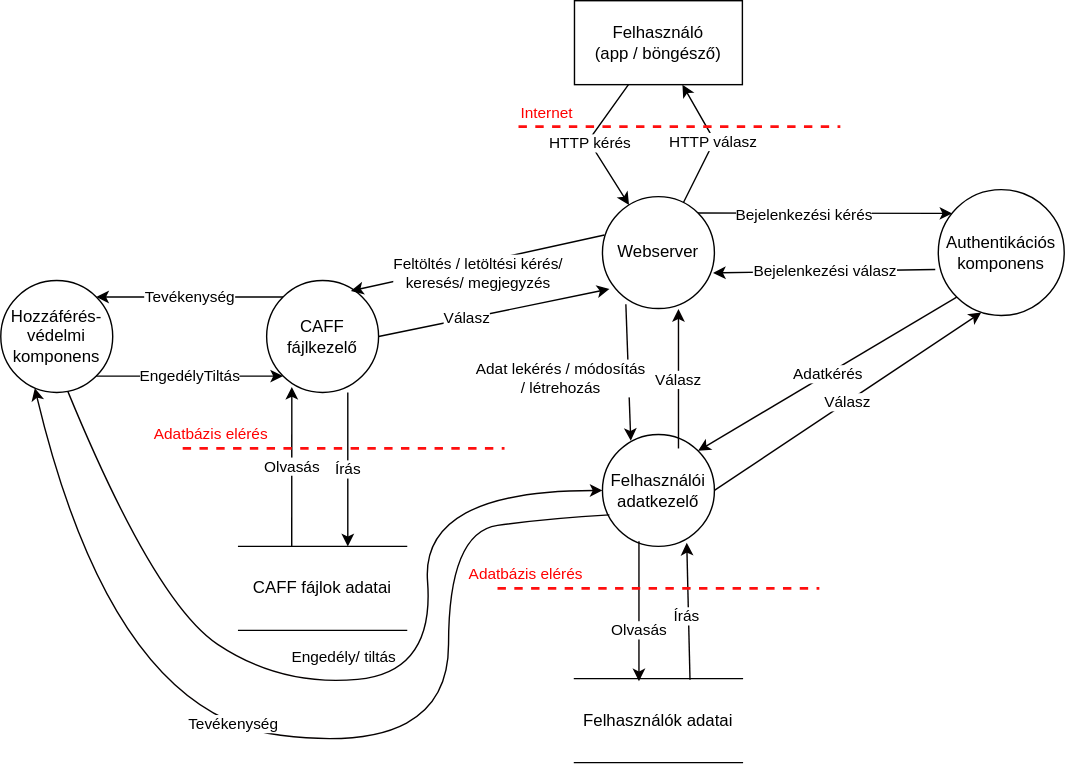
Above: Pictures/Data_flow_chart.svg in Fylota/hagyma_crysys (draw.io), before the change. Source tidied: cells renumbered, new cells last; positions are measured from the earlier drawing's top-left corner, leaving out a move shared by most shapes. The source it was exported from:
```xml
<mxGraphModel>
  <root>
    <mxCell id="0" />
    <mxCell id="1" parent="0" />
    <mxCell id="2" value="Webserver" style="ellipse;whiteSpace=wrap;html=1;fillColor=none;" parent="1" vertex="1">
      <mxGeometry x="430" y="140" width="80" height="80" as="geometry" />
    </mxCell>
    <mxCell id="3" value="Felhasználó&lt;br&gt;(app / böngésző)" style="rounded=0;whiteSpace=wrap;html=1;fillColor=none;" parent="1" vertex="1">
      <mxGeometry x="410" width="120" height="60" as="geometry" />
    </mxCell>
    <mxCell id="4" value="HTTP kérés" style="endArrow=classic;html=1;rounded=0;" parent="1" edge="1" source="3" target="2">
      <mxGeometry relative="1" as="geometry">
        <Array as="points">
          <mxPoint x="420" y="100" />
        </Array>
      </mxGeometry>
    </mxCell>
    <mxCell id="5" value="HTTP válasz" style="endArrow=classic;html=1;rounded=0;" parent="1" edge="1" source="2" target="3">
      <mxGeometry relative="1" as="geometry">
        <Array as="points">
          <mxPoint x="510" y="100" />
        </Array>
      </mxGeometry>
    </mxCell>
    <mxCell id="6" value="Authentikációs komponens" style="ellipse;whiteSpace=wrap;html=1;fillColor=none;" parent="1" vertex="1">
      <mxGeometry x="670" y="135" width="90" height="90" as="geometry" />
    </mxCell>
    <mxCell id="7" style="endArrow=classic;html=1;rounded=0;exitX=1;exitY=0;exitDx=0;exitDy=0;" parent="1" edge="1" source="2">
      <mxGeometry relative="1" as="geometry">
        <mxPoint x="680" y="152" as="targetPoint" />
      </mxGeometry>
    </mxCell>
    <mxCell id="8" value="Bejelenkezési kérés" style="edgeLabel;html=1;align=center;verticalAlign=middle;" parent="7" vertex="1">
      <mxGeometry x="-0.35" y="-1" relative="1" as="geometry">
        <mxPoint x="15" as="offset" />
      </mxGeometry>
    </mxCell>
    <mxCell id="9" value="Bejelenkezési válasz" style="endArrow=classic;html=1;rounded=0;exitX=-0.024;exitY=0.635;exitDx=0;exitDy=0;entryX=0.988;entryY=0.682;entryDx=0;entryDy=0;exitPerimeter=0;entryPerimeter=0;" parent="1" edge="1" source="6" target="2">
      <mxGeometry relative="1" as="geometry" />
    </mxCell>
    <mxCell id="10" value="CAFF fájlkezelő" style="ellipse;whiteSpace=wrap;html=1;fillColor=none;" parent="1" vertex="1">
      <mxGeometry x="190" y="200" width="80" height="80" as="geometry" />
    </mxCell>
    <mxCell id="11" style="endArrow=classic;html=1;rounded=0;entryX=0.753;entryY=0.093;entryDx=0;entryDy=0;exitX=0.018;exitY=0.343;exitDx=0;exitDy=0;exitPerimeter=0;entryPerimeter=0;" parent="1" edge="1" source="2" target="10">
      <mxGeometry relative="1" as="geometry" />
    </mxCell>
    <mxCell id="12" value="Feltöltés / letöltési kérés/ &lt;br&gt;keresés/ megjegyzés" style="edgeLabel;html=1;align=center;verticalAlign=middle;" parent="11" vertex="1">
      <mxGeometry x="0.34" relative="1" as="geometry">
        <mxPoint x="31" as="offset" />
      </mxGeometry>
    </mxCell>
    <mxCell id="13" style="endArrow=classic;html=1;rounded=0;exitX=1;exitY=0.5;exitDx=0;exitDy=0;entryX=0.063;entryY=0.825;entryDx=0;entryDy=0;entryPerimeter=0;" parent="1" edge="1" source="10" target="2">
      <mxGeometry relative="1" as="geometry" />
    </mxCell>
    <mxCell id="14" value="Válasz" style="edgeLabel;html=1;align=center;verticalAlign=middle;" parent="13" vertex="1">
      <mxGeometry x="-0.24" y="1" relative="1" as="geometry" />
    </mxCell>
    <mxCell id="15" value="Írás" style="endArrow=classic;html=1;rounded=0;exitX=0.725;exitY=1;exitDx=0;exitDy=0;exitPerimeter=0;" parent="1" edge="1" source="10">
      <mxGeometry relative="1" as="geometry">
        <mxPoint x="248" y="390" as="targetPoint" />
      </mxGeometry>
    </mxCell>
    <mxCell id="16" value="Olvasás" style="endArrow=classic;html=1;rounded=0;entryX=0.225;entryY=0.95;entryDx=0;entryDy=0;entryPerimeter=0;exitX=0.316;exitY=-0.003;exitDx=0;exitDy=0;exitPerimeter=0;" parent="1" edge="1" source="28" target="10">
      <mxGeometry relative="1" as="geometry" />
    </mxCell>
    <mxCell id="17" value="Hozzáférés-védelmi komponens" style="ellipse;whiteSpace=wrap;html=1;fillColor=none;" parent="1" vertex="1">
      <mxGeometry y="200" width="80" height="80" as="geometry" />
    </mxCell>
    <mxCell id="18" value="Tevékenység" style="endArrow=classic;html=1;rounded=0;exitX=0;exitY=0;exitDx=0;exitDy=0;entryX=1;entryY=0;entryDx=0;entryDy=0;" parent="1" edge="1" source="10" target="17">
      <mxGeometry relative="1" as="geometry" />
    </mxCell>
    <mxCell id="19" value="EngedélyTiltás" style="endArrow=classic;html=1;rounded=0;exitX=1;exitY=1;exitDx=0;exitDy=0;entryX=0;entryY=1;entryDx=0;entryDy=0;" parent="1" edge="1" source="17" target="10">
      <mxGeometry relative="1" as="geometry" />
    </mxCell>
    <mxCell id="20" value="&lt;font color=&quot;#ff0000&quot;&gt;Internet&lt;/font&gt;" style="endArrow=none;dashed=1;html=1;strokeWidth=2;rounded=0;strokeColor=#FF0F0F;" parent="1" edge="1">
      <mxGeometry x="-0.83" y="10" relative="1" as="geometry">
        <mxPoint x="370" y="90" as="sourcePoint" />
        <mxPoint x="600" y="90" as="targetPoint" />
        <Array as="points">
          <mxPoint x="470" y="90" />
        </Array>
      </mxGeometry>
    </mxCell>
    <mxCell id="21" value="&lt;font color=&quot;#000000&quot;&gt;Felhasználói adatkezelő&lt;/font&gt;" style="ellipse;whiteSpace=wrap;html=1;fontColor=#FF0000;fillColor=none;" parent="1" vertex="1">
      <mxGeometry x="430" y="310" width="80" height="80" as="geometry" />
    </mxCell>
    <mxCell id="22" value="Adatkérés" style="endArrow=classic;html=1;rounded=0;strokeColor=#050000;fontColor=#000000;entryX=1;entryY=0;entryDx=0;entryDy=0;exitX=0;exitY=1;exitDx=0;exitDy=0;" parent="1" edge="1" source="6" target="21">
      <mxGeometry relative="1" as="geometry" />
    </mxCell>
    <mxCell id="23" value="Válasz" style="endArrow=classic;html=1;rounded=0;strokeColor=#050000;fontColor=#000000;exitX=1;exitY=0.5;exitDx=0;exitDy=0;entryX=0.342;entryY=0.975;entryDx=0;entryDy=0;entryPerimeter=0;" parent="1" edge="1" source="21" target="6">
      <mxGeometry relative="1" as="geometry" />
    </mxCell>
    <mxCell id="24" value="Válasz" style="endArrow=classic;html=1;rounded=0;strokeColor=#050000;fontColor=#000000;entryX=0.679;entryY=1.005;entryDx=0;entryDy=0;entryPerimeter=0;exitX=0.679;exitY=0.125;exitDx=0;exitDy=0;exitPerimeter=0;" parent="1" edge="1" source="21" target="2">
      <mxGeometry relative="1" as="geometry" />
    </mxCell>
    <mxCell id="25" value="Adat lekérés / módosítás &lt;br&gt;/ létrehozás" style="endArrow=classic;html=1;rounded=0;strokeColor=#050000;fontColor=#000000;exitX=0.209;exitY=0.961;exitDx=0;exitDy=0;exitPerimeter=0;entryX=0.253;entryY=0.057;entryDx=0;entryDy=0;entryPerimeter=0;" parent="1" edge="1" source="2" target="21">
      <mxGeometry x="0.05" y="-49" relative="1" as="geometry" />
    </mxCell>
    <mxCell id="26" value="Olvasás" style="endArrow=classic;html=1;rounded=0;strokeColor=#050000;fontColor=#000000;exitX=0.326;exitY=0.954;exitDx=0;exitDy=0;exitPerimeter=0;entryX=0.384;entryY=0.031;entryDx=0;entryDy=0;entryPerimeter=0;" parent="1" edge="1" source="21" target="29">
      <mxGeometry x="0.27" relative="1" as="geometry" />
    </mxCell>
    <mxCell id="27" value="Írás" style="endArrow=classic;html=1;rounded=0;strokeColor=#050000;fontColor=#000000;entryX=0.753;entryY=0.968;entryDx=0;entryDy=0;entryPerimeter=0;exitX=0.688;exitY=0.012;exitDx=0;exitDy=0;exitPerimeter=0;" parent="1" edge="1" source="29" target="21">
      <mxGeometry x="-0.07" y="1" relative="1" as="geometry">
        <mxPoint y="-1" as="offset" />
      </mxGeometry>
    </mxCell>
    <mxCell id="28" value="CAFF fájlok adatai" style="rounded=0;whiteSpace=wrap;html=1;strokeColor=default;strokeWidth=1;fontColor=#000000;fillColor=none;shape=partialRectangle;left=0;right=0;" parent="1" vertex="1">
      <mxGeometry x="170" y="390" width="120" height="60" as="geometry" />
    </mxCell>
    <mxCell id="29" value="Felhasználók adatai" style="rounded=0;whiteSpace=wrap;html=1;strokeColor=default;strokeWidth=1;fontColor=#000000;fillColor=none;shape=partialRectangle;left=0;right=0;" parent="1" vertex="1">
      <mxGeometry x="410" y="484.5" width="120" height="60" as="geometry" />
    </mxCell>
    <mxCell id="30" value="&lt;font color=&quot;#ff0000&quot;&gt;Adatbázis elérés&lt;/font&gt;" style="endArrow=none;dashed=1;html=1;strokeWidth=2;rounded=0;strokeColor=#FF0F0F;" parent="1" edge="1">
      <mxGeometry x="-0.83" y="10" relative="1" as="geometry">
        <mxPoint x="355" y="420" as="sourcePoint" />
        <mxPoint x="585" y="420" as="targetPoint" />
        <Array as="points">
          <mxPoint x="455" y="420" />
        </Array>
      </mxGeometry>
    </mxCell>
    <mxCell id="31" value="&lt;font color=&quot;#ff0000&quot;&gt;Adatbázis elérés&lt;/font&gt;" style="endArrow=none;dashed=1;html=1;strokeWidth=2;rounded=0;strokeColor=#FF0F0F;" parent="1" edge="1">
      <mxGeometry x="-0.83" y="10" relative="1" as="geometry">
        <mxPoint x="130" y="320" as="sourcePoint" />
        <mxPoint x="360" y="320" as="targetPoint" />
        <Array as="points">
          <mxPoint x="230" y="320" />
        </Array>
      </mxGeometry>
    </mxCell>
    <mxCell id="32" value="Engedély/ tiltás" style="curved=1;endArrow=classic;html=1;rounded=0;strokeColor=#050000;fontColor=#000000;exitX=0.599;exitY=0.99;exitDx=0;exitDy=0;exitPerimeter=0;" parent="1" edge="1" source="17" target="21">
      <mxGeometry x="-0.01" y="17" relative="1" as="geometry">
        <Array as="points">
          <mxPoint x="110" y="430" />
          <mxPoint x="200" y="490" />
          <mxPoint x="310" y="480" />
          <mxPoint x="300" y="350" />
        </Array>
      </mxGeometry>
    </mxCell>
    <mxCell id="33" style="curved=1;endArrow=classic;html=1;rounded=0;strokeColor=#050000;fontColor=#000000;entryX=0.304;entryY=0.961;entryDx=0;entryDy=0;entryPerimeter=0;exitX=0.062;exitY=0.718;exitDx=0;exitDy=0;exitPerimeter=0;" parent="1" edge="1" source="21" target="17">
      <mxGeometry relative="1" as="geometry">
        <Array as="points">
          <mxPoint x="390" y="370" />
          <mxPoint x="320" y="380" />
          <mxPoint x="320" y="540" />
          <mxPoint x="80" y="510" />
        </Array>
      </mxGeometry>
    </mxCell>
    <mxCell id="34" value="Tevékenység" style="edgeLabel;html=1;align=center;verticalAlign=middle;fontColor=#000000;" parent="33" vertex="1">
      <mxGeometry x="0.14" y="-4" relative="1" as="geometry" />
    </mxCell>
    <mxCell id="35" style="edgeStyle=orthogonalEdgeStyle;rounded=0;orthogonalLoop=1;jettySize=auto;html=1;exitX=0.5;exitY=1;exitDx=0;exitDy=0;strokeColor=#050000;fontColor=#000000;" parent="1" edge="1" source="28" target="28">
      <mxGeometry relative="1" as="geometry" />
    </mxCell>
  </root>
</mxGraphModel>
```
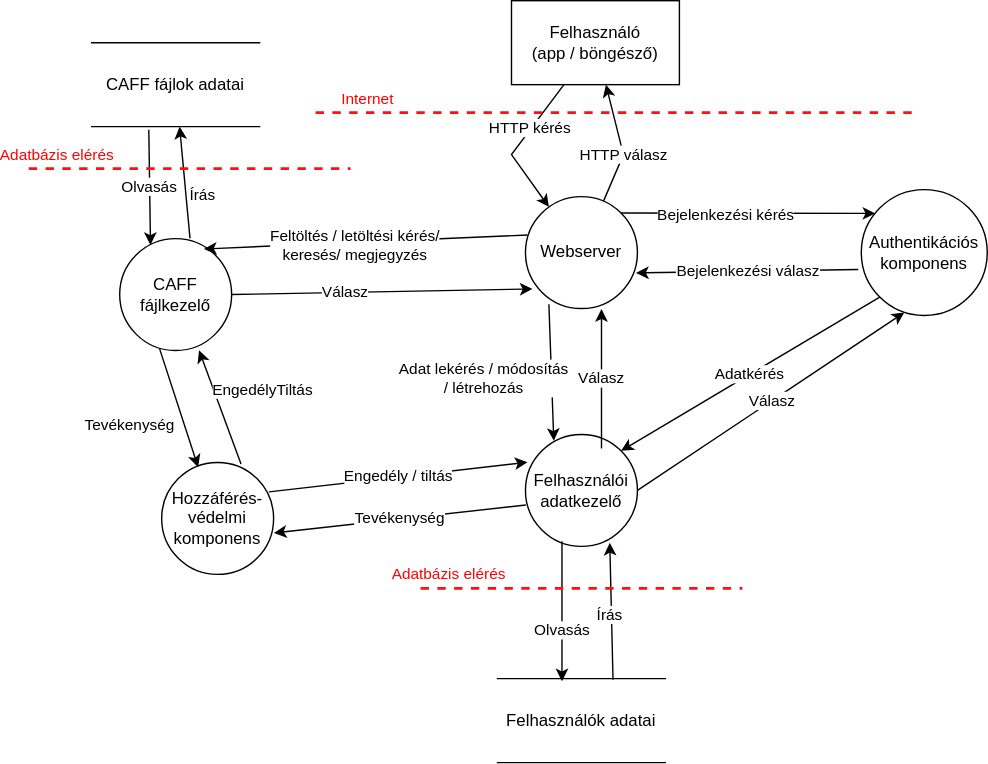
After the commit.

What changed in the source:
```diff
@@ -6,19 +6,19 @@
       <mxGeometry x="430" y="140" width="80" height="80" as="geometry" />
     </mxCell>
     <mxCell id="3" value="Felhasználó&lt;br&gt;(app / böngésző)" style="rounded=0;whiteSpace=wrap;html=1;fillColor=none;" parent="1" vertex="1">
-      <mxGeometry x="410" width="120" height="60" as="geometry" />
+      <mxGeometry x="420" width="120" height="60" as="geometry" />
     </mxCell>
     <mxCell id="4" value="HTTP kérés" style="endArrow=classic;html=1;rounded=0;" parent="1" edge="1" source="3" target="2">
-      <mxGeometry relative="1" as="geometry">
+      <mxGeometry x="-0.28" y="-1" relative="1" as="geometry">
         <Array as="points">
-          <mxPoint x="420" y="100" />
+          <mxPoint x="420" y="110" />
         </Array>
       </mxGeometry>
     </mxCell>
     <mxCell id="5" value="HTTP válasz" style="endArrow=classic;html=1;rounded=0;" parent="1" edge="1" source="2" target="3">
-      <mxGeometry relative="1" as="geometry">
+      <mxGeometry x="-0.18" relative="1" as="geometry">
         <Array as="points">
-          <mxPoint x="510" y="100" />
+          <mxPoint x="500" y="110" />
         </Array>
       </mxGeometry>
     </mxCell>
@@ -39,7 +39,7 @@
       <mxGeometry relative="1" as="geometry" />
     </mxCell>
     <mxCell id="10" value="CAFF fájlkezelő" style="ellipse;whiteSpace=wrap;html=1;fillColor=none;" parent="1" vertex="1">
-      <mxGeometry x="190" y="200" width="80" height="80" as="geometry" />
+      <mxGeometry x="140" y="170" width="80" height="80" as="geometry" />
     </mxCell>
     <mxCell id="11" style="endArrow=classic;html=1;rounded=0;entryX=0.753;entryY=0.093;entryDx=0;entryDy=0;exitX=0.018;exitY=0.343;exitDx=0;exitDy=0;exitPerimeter=0;entryPerimeter=0;" parent="1" edge="1" source="2" target="10">
       <mxGeometry relative="1" as="geometry" />
@@ -55,29 +55,29 @@
     <mxCell id="14" value="Válasz" style="edgeLabel;html=1;align=center;verticalAlign=middle;" parent="13" vertex="1">
       <mxGeometry x="-0.24" y="1" relative="1" as="geometry" />
     </mxCell>
-    <mxCell id="15" value="Írás" style="endArrow=classic;html=1;rounded=0;exitX=0.725;exitY=1;exitDx=0;exitDy=0;exitPerimeter=0;" parent="1" edge="1" source="10">
-      <mxGeometry relative="1" as="geometry">
-        <mxPoint x="248" y="390" as="targetPoint" />
+    <mxCell id="15" value="Írás" style="endArrow=classic;html=1;rounded=0;exitX=0.628;exitY=-0.002;exitDx=0;exitDy=0;exitPerimeter=0;" parent="1" edge="1" source="10" target="28">
+      <mxGeometry x="-0.28" y="-12" relative="1" as="geometry">
+        <mxPoint y="-1" as="offset" />
       </mxGeometry>
     </mxCell>
-    <mxCell id="16" value="Olvasás" style="endArrow=classic;html=1;rounded=0;entryX=0.225;entryY=0.95;entryDx=0;entryDy=0;entryPerimeter=0;exitX=0.316;exitY=-0.003;exitDx=0;exitDy=0;exitPerimeter=0;" parent="1" edge="1" source="28" target="10">
+    <mxCell id="16" value="Olvasás" style="endArrow=classic;html=1;rounded=0;exitX=0.34;exitY=1.036;exitDx=0;exitDy=0;exitPerimeter=0;entryX=0.275;entryY=0.057;entryDx=0;entryDy=0;entryPerimeter=0;" parent="1" edge="1" source="28" target="10">
       <mxGeometry relative="1" as="geometry" />
     </mxCell>
     <mxCell id="17" value="Hozzáférés-védelmi komponens" style="ellipse;whiteSpace=wrap;html=1;fillColor=none;" parent="1" vertex="1">
-      <mxGeometry y="200" width="80" height="80" as="geometry" />
+      <mxGeometry x="170" y="330" width="80" height="80" as="geometry" />
     </mxCell>
-    <mxCell id="18" value="Tevékenység" style="endArrow=classic;html=1;rounded=0;exitX=0;exitY=0;exitDx=0;exitDy=0;entryX=1;entryY=0;entryDx=0;entryDy=0;" parent="1" edge="1" source="10" target="17">
-      <mxGeometry relative="1" as="geometry" />
+    <mxCell id="18" value="Tevékenység" style="endArrow=classic;html=1;rounded=0;exitX=0.356;exitY=0.983;exitDx=0;exitDy=0;entryX=0.326;entryY=0.042;entryDx=0;entryDy=0;exitPerimeter=0;entryPerimeter=0;" parent="1" edge="1" source="10" target="17">
+      <mxGeometry x="0.01" y="-37" relative="1" as="geometry" />
     </mxCell>
-    <mxCell id="19" value="EngedélyTiltás" style="endArrow=classic;html=1;rounded=0;exitX=1;exitY=1;exitDx=0;exitDy=0;entryX=0;entryY=1;entryDx=0;entryDy=0;" parent="1" edge="1" source="17" target="10">
-      <mxGeometry relative="1" as="geometry" />
+    <mxCell id="19" value="EngedélyTiltás" style="endArrow=classic;html=1;rounded=0;exitX=0.709;exitY=0.013;exitDx=0;exitDy=0;entryX=0.709;entryY=0.998;entryDx=0;entryDy=0;entryPerimeter=0;exitPerimeter=0;" parent="1" edge="1" source="17" target="10">
+      <mxGeometry x="0.01" y="-33" relative="1" as="geometry" />
     </mxCell>
     <mxCell id="20" value="&lt;font color=&quot;#ff0000&quot;&gt;Internet&lt;/font&gt;" style="endArrow=none;dashed=1;html=1;strokeWidth=2;rounded=0;strokeColor=#FF0F0F;" parent="1" edge="1">
       <mxGeometry x="-0.83" y="10" relative="1" as="geometry">
-        <mxPoint x="370" y="90" as="sourcePoint" />
-        <mxPoint x="600" y="90" as="targetPoint" />
+        <mxPoint x="280" y="80" as="sourcePoint" />
+        <mxPoint x="710" y="80" as="targetPoint" />
         <Array as="points">
-          <mxPoint x="470" y="90" />
+          <mxPoint x="380" y="80" />
         </Array>
       </mxGeometry>
     </mxCell>
@@ -105,7 +105,7 @@
       </mxGeometry>
     </mxCell>
     <mxCell id="28" value="CAFF fájlok adatai" style="rounded=0;whiteSpace=wrap;html=1;strokeColor=default;strokeWidth=1;fontColor=#000000;fillColor=none;shape=partialRectangle;left=0;right=0;" parent="1" vertex="1">
-      <mxGeometry x="170" y="390" width="120" height="60" as="geometry" />
+      <mxGeometry x="120" y="30" width="120" height="60" as="geometry" />
     </mxCell>
     <mxCell id="29" value="Felhasználók adatai" style="rounded=0;whiteSpace=wrap;html=1;strokeColor=default;strokeWidth=1;fontColor=#000000;fillColor=none;shape=partialRectangle;left=0;right=0;" parent="1" vertex="1">
       <mxGeometry x="410" y="484.5" width="120" height="60" as="geometry" />
@@ -121,38 +121,21 @@
     </mxCell>
     <mxCell id="31" value="&lt;font color=&quot;#ff0000&quot;&gt;Adatbázis elérés&lt;/font&gt;" style="endArrow=none;dashed=1;html=1;strokeWidth=2;rounded=0;strokeColor=#FF0F0F;" parent="1" edge="1">
       <mxGeometry x="-0.83" y="10" relative="1" as="geometry">
-        <mxPoint x="130" y="320" as="sourcePoint" />
-        <mxPoint x="360" y="320" as="targetPoint" />
+        <mxPoint x="75" y="120" as="sourcePoint" />
+        <mxPoint x="305" y="120" as="targetPoint" />
         <Array as="points">
-          <mxPoint x="230" y="320" />
+          <mxPoint x="175" y="120" />
         </Array>
       </mxGeometry>
     </mxCell>
+    <mxCell id="35" style="edgeStyle=orthogonalEdgeStyle;rounded=0;orthogonalLoop=1;jettySize=auto;html=1;exitX=0.5;exitY=1;exitDx=0;exitDy=0;strokeColor=#050000;fontColor=#000000;" parent="1" edge="1" source="28" target="28">
+      <mxGeometry relative="1" as="geometry" />
+    </mxCell>
-    <mxCell id="32" value="Engedély/ tiltás" style="curved=1;endArrow=classic;html=1;rounded=0;strokeColor=#050000;fontColor=#000000;exitX=0.599;exitY=0.99;exitDx=0;exitDy=0;exitPerimeter=0;" parent="1" edge="1" source="17" target="21">
-      <mxGeometry x="-0.01" y="17" relative="1" as="geometry">
-        <Array as="points">
-          <mxPoint x="110" y="430" />
-          <mxPoint x="200" y="490" />
-          <mxPoint x="310" y="480" />
-          <mxPoint x="300" y="350" />
-        </Array>
-      </mxGeometry>
+    <mxCell id="32" value="Engedély / tiltás" style="endArrow=classic;html=1;rounded=0;strokeColor=#050000;fontColor=#000000;entryX=0.018;entryY=0.248;entryDx=0;entryDy=0;entryPerimeter=0;exitX=0.959;exitY=0.263;exitDx=0;exitDy=0;exitPerimeter=0;" parent="1" edge="1" source="17" target="21">
+      <mxGeometry relative="1" as="geometry" />
     </mxCell>
-    <mxCell id="33" style="curved=1;endArrow=classic;html=1;rounded=0;strokeColor=#050000;fontColor=#000000;entryX=0.304;entryY=0.961;entryDx=0;entryDy=0;entryPerimeter=0;exitX=0.062;exitY=0.718;exitDx=0;exitDy=0;exitPerimeter=0;" parent="1" edge="1" source="21" target="17">
-      <mxGeometry relative="1" as="geometry">
-        <Array as="points">
-          <mxPoint x="390" y="370" />
-          <mxPoint x="320" y="380" />
-          <mxPoint x="320" y="540" />
-          <mxPoint x="80" y="510" />
-        </Array>
-      </mxGeometry>
-    </mxCell>
-    <mxCell id="34" value="Tevékenység" style="edgeLabel;html=1;align=center;verticalAlign=middle;fontColor=#000000;" parent="33" vertex="1">
-      <mxGeometry x="0.14" y="-4" relative="1" as="geometry" />
+    <mxCell id="34" value="Tevékenység" style="endArrow=classic;html=1;rounded=0;strokeColor=#050000;fontColor=#000000;entryX=1.003;entryY=0.63;entryDx=0;entryDy=0;entryPerimeter=0;exitX=0.003;exitY=0.63;exitDx=0;exitDy=0;exitPerimeter=0;" parent="1" edge="1" source="21" target="17">
+      <mxGeometry relative="1" as="geometry" />
     </mxCell>
-    <mxCell id="35" style="edgeStyle=orthogonalEdgeStyle;rounded=0;orthogonalLoop=1;jettySize=auto;html=1;exitX=0.5;exitY=1;exitDx=0;exitDy=0;strokeColor=#050000;fontColor=#000000;" parent="1" edge="1" source="28" target="28">
-      <mxGeometry relative="1" as="geometry" />
-    </mxCell>
   </root>
 </mxGraphModel>
```
